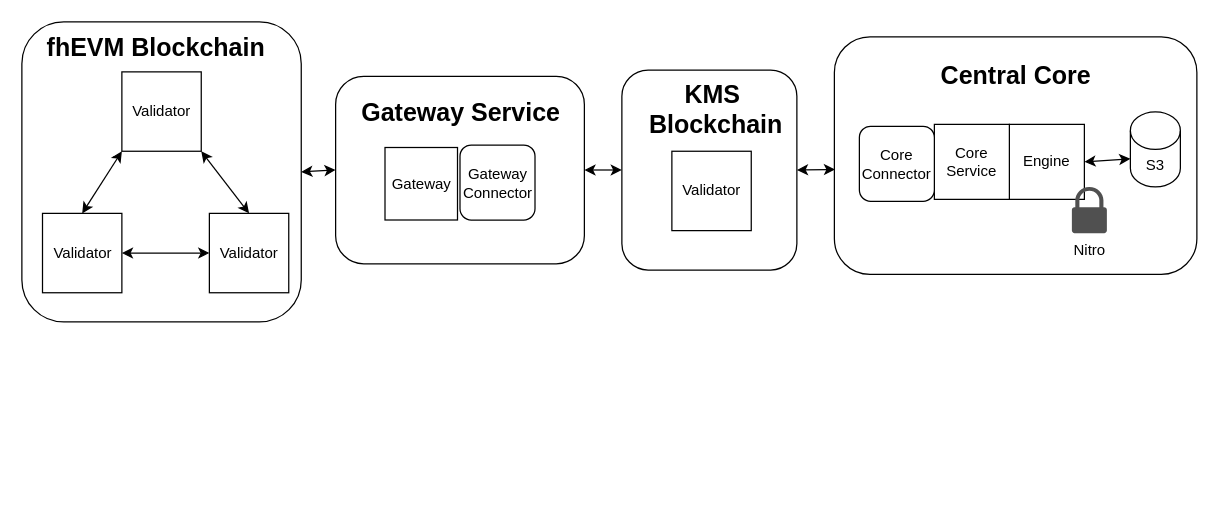
Above: central.drawio in zama-ai/fhevm (draw.io), before the change. Source tidied: cells renumbered, new cells numbered last; positions are measured from the earlier drawing's top-left corner, leaving out a move shared by most shapes. Both pictures are drawn from the tidied source at 125%, with x=0, y=0 at pixel (21, 21).
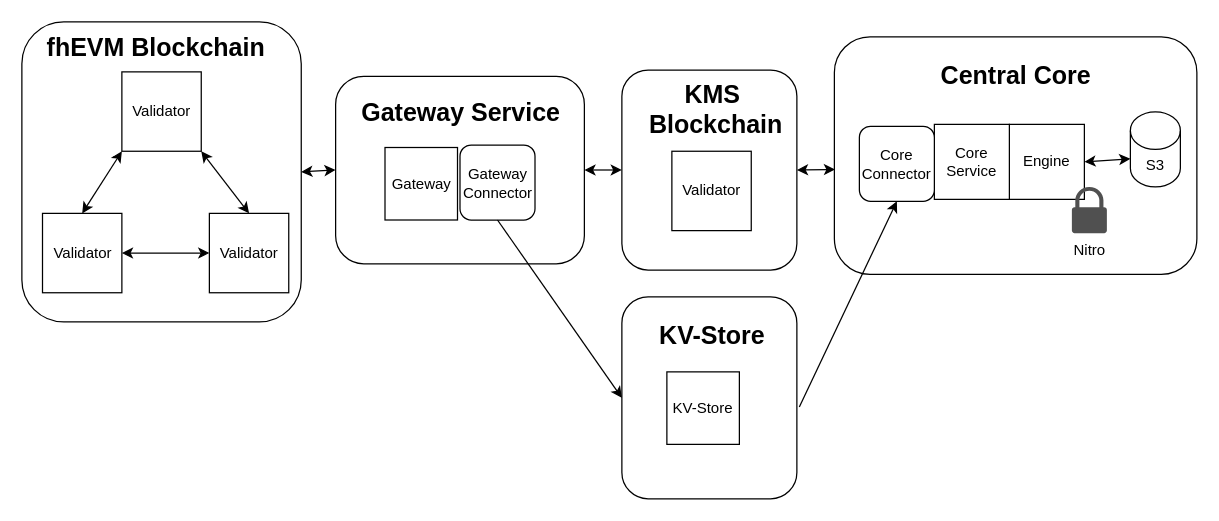
The same page after the edit.

Commit message (it also covers changes not shown here):
Added kv store to pics

Unchanged cells that the change refers to:
```xml
<mxCell id="10" value="Core Connector" style="rounded=1;whiteSpace=wrap;html=1;" parent="1" vertex="1">
  <mxGeometry x="670" y="83.5" width="60" height="60" as="geometry" />
</mxCell>
<mxCell id="16" value="Gateway Connector" style="rounded=1;whiteSpace=wrap;html=1;" parent="1" vertex="1">
  <mxGeometry x="350.5" y="98.5" width="60" height="60" as="geometry" />
</mxCell>
```

Diff of the diagram source:
```diff
@@
+    <mxCell id="29" value="&lt;font style=&quot;font-size: 20px;&quot;&gt;&lt;b&gt;KMS blockchain&lt;/b&gt;&lt;/font&gt;" style="rounded=1;whiteSpace=wrap;html=1;fontColor=none;noLabel=1;labelBackgroundColor=none;" parent="1" vertex="1">
+      <mxGeometry x="480" y="220" width="140" height="161.5" as="geometry" />
+    </mxCell>
+    <mxCell id="30" value="&lt;font style=&quot;font-size: 20px;&quot;&gt;&lt;b&gt;KV-Store&lt;/b&gt;&lt;/font&gt;" style="text;html=1;align=center;verticalAlign=middle;strokeColor=none;fillColor=none;" parent="1" vertex="1">
+      <mxGeometry x="496.8" y="230" width="110" height="40" as="geometry" />
+    </mxCell>
+    <mxCell id="31" value="KV-Store" style="whiteSpace=wrap;html=1;" parent="1" vertex="1">
+      <mxGeometry x="516" y="280" width="58" height="58" as="geometry" />
+    </mxCell>
+    <mxCell id="32" style="endArrow=classic;startArrow=none;html=1;rounded=0;entryX=0;entryY=0.5;entryDx=0;entryDy=0;exitX=0.5;exitY=1;exitDx=0;exitDy=0;startFill=0;" parent="1" edge="1" source="16" target="29">
+      <mxGeometry relative="1" as="geometry" />
+    </mxCell>
+    <mxCell id="33" style="endArrow=none;startArrow=classic;html=1;rounded=0;entryX=1.014;entryY=0.545;entryDx=0;entryDy=0;exitX=0.5;exitY=1;exitDx=0;exitDy=0;entryPerimeter=0;endFill=0;" parent="1" edge="1" source="10" target="29">
+      <mxGeometry relative="1" as="geometry" />
+    </mxCell>
```
